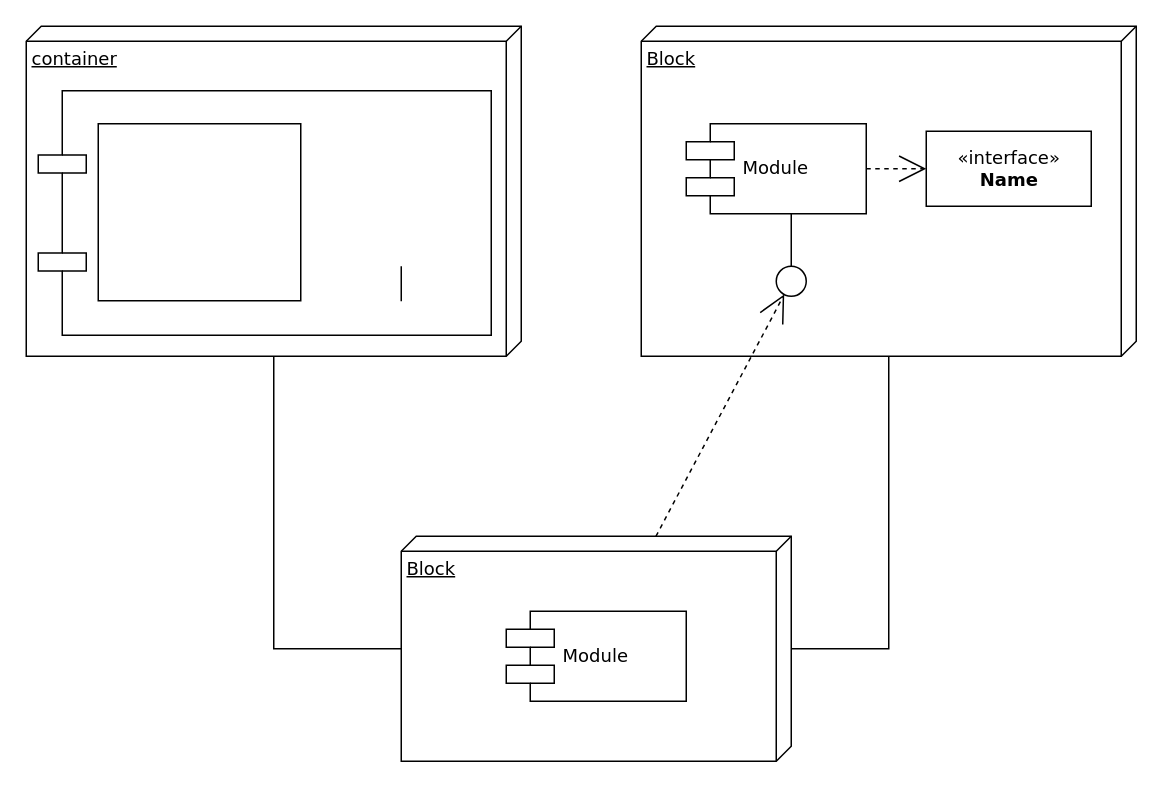
Above: HybridDB.drawio in iAmSKU/iot-data-viewer-app (draw.io), before the change. Source tidied: cells renumbered, new cells numbered last; positions are measured from the earlier drawing's top-left corner, leaving out a move shared by most shapes. Both pictures are drawn from the tidied source at 150%, with x=0, y=0 at pixel (26, 26).
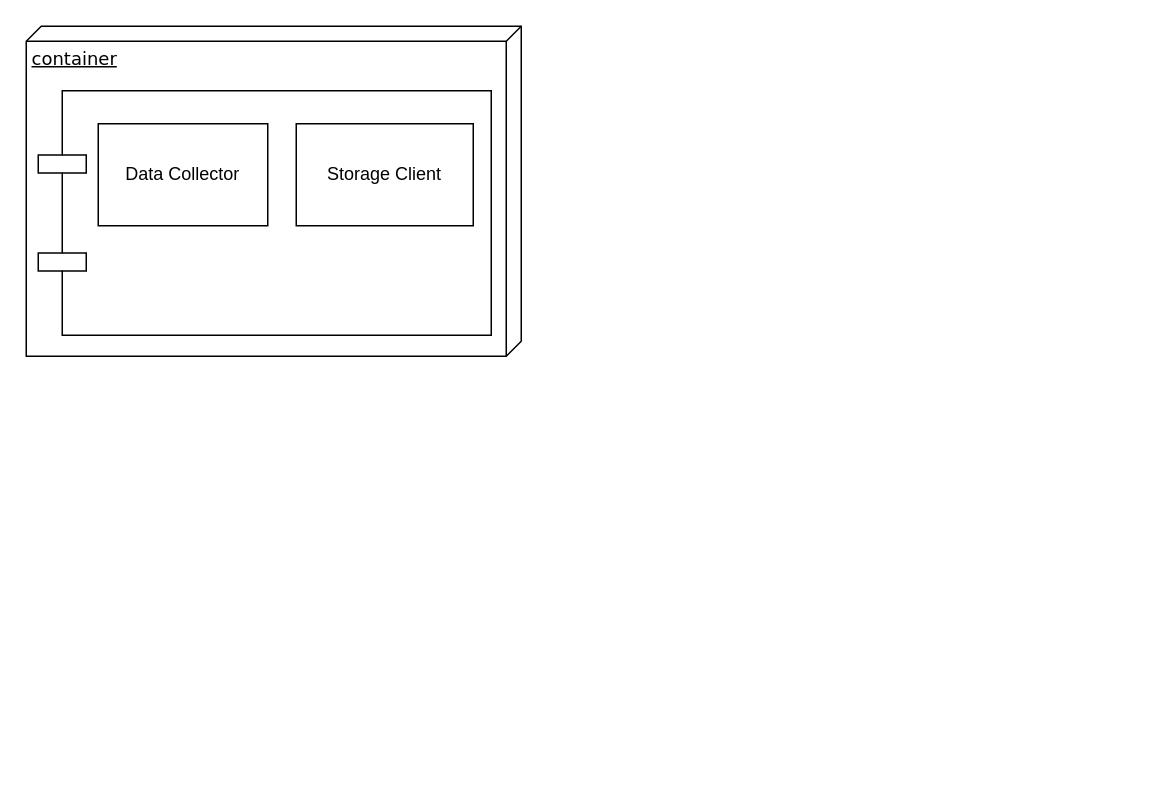
The same page after the edit.

The change refers to these unchanged cells:
```xml
<mxCell id="2" value="container" style="verticalAlign=top;align=left;spacingTop=8;spacingLeft=2;spacingRight=12;shape=cube;size=10;direction=south;fontStyle=4;html=1;rounded=0;shadow=0;comic=0;labelBackgroundColor=none;strokeWidth=1;fontFamily=Verdana;fontSize=12;hachureGap=4;" parent="1" vertex="1">
  <mxGeometry width="330" height="220" as="geometry" />
</mxCell>
<mxCell id="5" style="shape=component;align=left;spacingLeft=36;rounded=0;shadow=0;comic=0;labelBackgroundColor=none;strokeWidth=1;fontFamily=Verdana;fontSize=12;html=1;hachureGap=4;" parent="1" vertex="1">
  <mxGeometry x="8" y="43" width="302" height="163" as="geometry" />
</mxCell>
```

What changed in the source:
```diff
@@
-    <mxCell id="3" value="Block" style="verticalAlign=top;align=left;spacingTop=8;spacingLeft=2;spacingRight=12;shape=cube;size=10;direction=south;fontStyle=4;html=1;rounded=0;shadow=0;comic=0;labelBackgroundColor=none;strokeWidth=1;fontFamily=Verdana;fontSize=12;hachureGap=4;" parent="1" vertex="1">
-      <mxGeometry x="410" width="330" height="220" as="geometry" />
-    </mxCell>
-    <mxCell id="4" value="Block" style="verticalAlign=top;align=left;spacingTop=8;spacingLeft=2;spacingRight=12;shape=cube;size=10;direction=south;fontStyle=4;html=1;rounded=0;shadow=0;comic=0;labelBackgroundColor=none;strokeWidth=1;fontFamily=Verdana;fontSize=12;hachureGap=4;" parent="1" vertex="1">
-      <mxGeometry x="250" y="340" width="260" height="150" as="geometry" />
-    </mxCell>
@@
-    <mxCell id="6" value="Module" style="shape=component;align=left;spacingLeft=36;rounded=0;shadow=0;comic=0;labelBackgroundColor=none;strokeWidth=1;fontFamily=Verdana;fontSize=12;html=1;hachureGap=4;" parent="1" vertex="1">
-      <mxGeometry x="440" y="65" width="120" height="60" as="geometry" />
-    </mxCell>
-    <mxCell id="7" value="&amp;laquo;interface&amp;raquo;&lt;br&gt;&lt;b&gt;Name&lt;/b&gt;" style="html=1;rounded=0;shadow=0;comic=0;labelBackgroundColor=none;strokeWidth=1;fontFamily=Verdana;fontSize=12;align=center;hachureGap=4;" parent="1" vertex="1">
-      <mxGeometry x="600" y="70" width="110" height="50" as="geometry" />
-    </mxCell>
-    <mxCell id="8" style="ellipse;whiteSpace=wrap;html=1;rounded=0;shadow=0;comic=0;labelBackgroundColor=none;strokeWidth=1;fontFamily=Verdana;fontSize=12;align=center;hachureGap=4;" parent="1" vertex="1">
-      <mxGeometry x="500" y="160" width="20" height="20" as="geometry" />
-    </mxCell>
-    <mxCell id="9" value="Module" style="shape=component;align=left;spacingLeft=36;rounded=0;shadow=0;comic=0;labelBackgroundColor=none;strokeWidth=1;fontFamily=Verdana;fontSize=12;html=1;hachureGap=4;" parent="1" vertex="1">
-      <mxGeometry x="320" y="390" width="120" height="60" as="geometry" />
-    </mxCell>
-    <mxCell id="10" style="edgeStyle=none;rounded=0;html=1;dashed=1;labelBackgroundColor=none;startArrow=none;startFill=0;startSize=8;endArrow=open;endFill=0;endSize=16;fontFamily=Verdana;fontSize=12;" parent="1" edge="1" source="4" target="8">
-      <mxGeometry relative="1" as="geometry" />
-    </mxCell>
-    <mxCell id="11" style="edgeStyle=elbowEdgeStyle;rounded=0;html=1;labelBackgroundColor=none;startArrow=none;startFill=0;startSize=8;endArrow=none;endFill=0;endSize=16;fontFamily=Verdana;fontSize=12;" parent="1" edge="1" source="8" target="6">
-      <mxGeometry relative="1" as="geometry" />
-    </mxCell>
-    <mxCell id="12" style="edgeStyle=elbowEdgeStyle;rounded=0;html=1;labelBackgroundColor=none;startArrow=none;startFill=0;startSize=8;endArrow=none;endFill=0;endSize=16;fontFamily=Verdana;fontSize=12;" parent="1" edge="1" target="5">
-      <mxGeometry relative="1" as="geometry">
-        <mxPoint x="250" y="160" as="sourcePoint" />
-      </mxGeometry>
-    </mxCell>
-    <mxCell id="13" style="edgeStyle=orthogonalEdgeStyle;rounded=0;html=1;dashed=1;labelBackgroundColor=none;startArrow=none;startFill=0;startSize=8;endArrow=open;endFill=0;endSize=16;fontFamily=Verdana;fontSize=12;" parent="1" edge="1" source="6" target="7">
-      <mxGeometry relative="1" as="geometry" />
-    </mxCell>
-    <mxCell id="14" style="edgeStyle=orthogonalEdgeStyle;rounded=0;html=1;labelBackgroundColor=none;startArrow=none;startFill=0;startSize=8;endArrow=none;endFill=0;endSize=16;fontFamily=Verdana;fontSize=12;" parent="1" edge="1" source="4" target="3">
-      <mxGeometry relative="1" as="geometry">
-        <Array as="points">
-          <mxPoint x="575" y="415" />
-        </Array>
-      </mxGeometry>
-    </mxCell>
-    <mxCell id="15" style="edgeStyle=orthogonalEdgeStyle;rounded=0;html=1;labelBackgroundColor=none;startArrow=none;startFill=0;startSize=8;endArrow=none;endFill=0;endSize=16;fontFamily=Verdana;fontSize=12;" parent="1" edge="1" source="4" target="2">
-      <mxGeometry relative="1" as="geometry">
-        <Array as="points">
-          <mxPoint x="165" y="415" />
-        </Array>
-      </mxGeometry>
-    </mxCell>
-    <mxCell id="16" style="rounded=0;whiteSpace=wrap;html=1;hachureGap=4;" parent="1" vertex="1">
-      <mxGeometry x="48" y="65" width="135" height="118" as="geometry" />
+    <mxCell id="16" value="Data Collector" style="rounded=0;whiteSpace=wrap;html=1;hachureGap=4;" parent="1" vertex="1">
+      <mxGeometry x="48" y="65" width="113" height="68" as="geometry" />
     </mxCell>
+    <mxCell id="17" value="Storage Client" style="rounded=0;whiteSpace=wrap;html=1;hachureGap=4;" parent="1" vertex="1">
+      <mxGeometry x="180" y="65" width="118" height="68" as="geometry" />
+    </mxCell>
```
